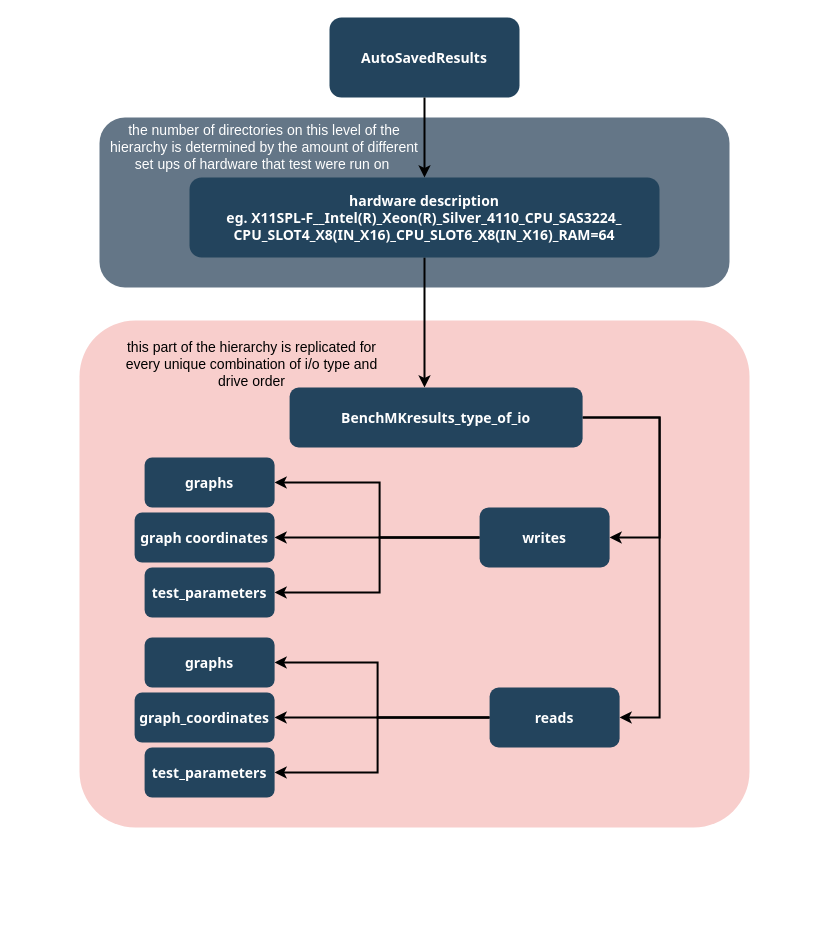
AaronXc/benchMahkin keeps this draw.io diagram as Untitled Diagram.drawio. Above is the earlier version. Source tidied: cells renumbered, new cells numbered last; positions are measured from the earlier drawing's top-left corner, leaving out a move shared by most shapes. Both pictures are drawn from the tidied source at 100%, with x=0, y=0 at pixel (79, 17).
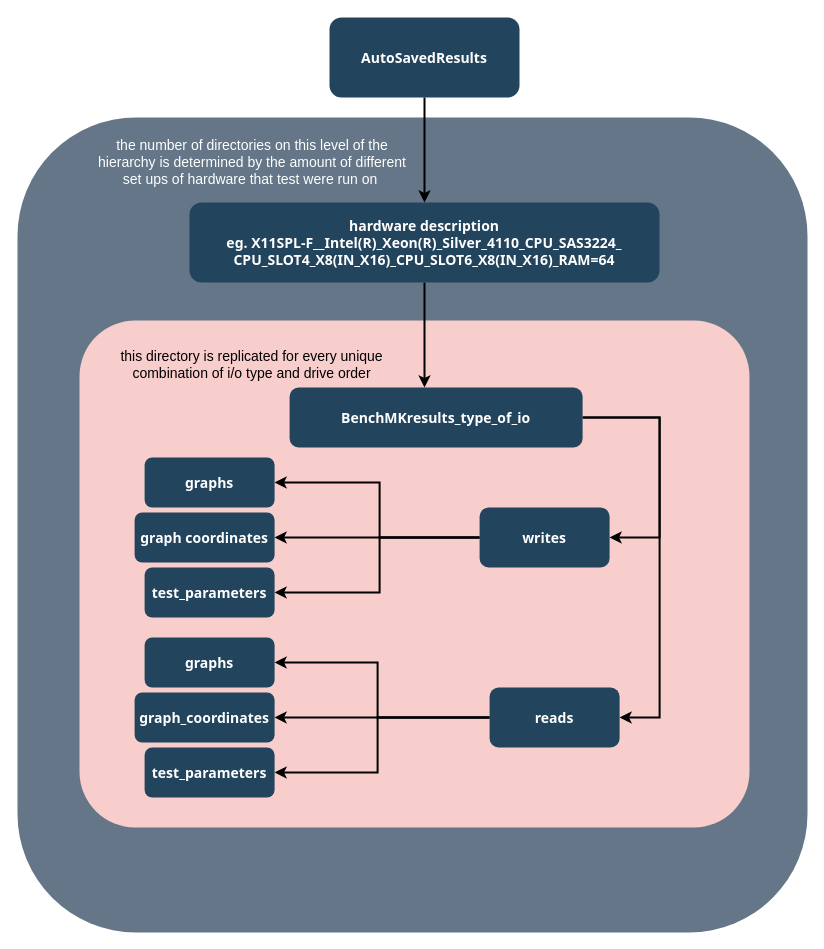
Above is the later version.

What changed in the source:
```diff
@@
     <mxCell id="2" style="rounded=1;whiteSpace=wrap;html=1;fillColor=#647687;fontColor=#ffffff;strokeColor=none;" parent="1" vertex="1">
-      <mxGeometry x="20" y="100" width="630" height="170" as="geometry" />
+      <mxGeometry x="-62" y="100" width="790" height="815" as="geometry" />
     </mxCell>
@@
     <mxCell id="6" value="hardware description&#10;eg. X11SPL-F__Intel(R)_Xeon(R)_Silver_4110_CPU_SAS3224_&#10;CPU_SLOT4_X8(IN_X16)_CPU_SLOT6_X8(IN_X16)_RAM=64" style="rounded=1;fillColor=#23445D;gradientColor=none;strokeColor=none;fontColor=#FFFFFF;fontStyle=1;fontFamily=Tahoma;fontSize=14;" parent="1" vertex="1">
-      <mxGeometry x="110" y="160" width="470" height="80" as="geometry" />
+      <mxGeometry x="110" y="185" width="470" height="80" as="geometry" />
     </mxCell>
@@
-    <mxCell id="25" value="this part of the hierarchy is replicated for every unique combination of i/o type and drive order&lt;br style=&quot;font-size: 14px;&quot;&gt;" style="text;html=1;strokeColor=none;fillColor=none;align=center;verticalAlign=middle;whiteSpace=wrap;rounded=0;fontSize=14;" parent="1" vertex="1">
+    <mxCell id="25" value="this directory is replicated for every unique combination of i/o type and drive order" style="text;html=1;strokeColor=none;fillColor=none;align=center;verticalAlign=middle;whiteSpace=wrap;rounded=0;fontSize=14;" parent="1" vertex="1">
       <mxGeometry x="30" y="310" width="285" height="73" as="geometry" />
     </mxCell>
     <mxCell id="26" value="the number of directories on this level of the hierarchy is determined by the amount of different set ups of hardware that test were run on&amp;nbsp;" style="text;html=1;strokeColor=none;fillColor=none;align=center;verticalAlign=middle;whiteSpace=wrap;rounded=0;fontSize=14;fontColor=#FFFFFF;" parent="1" vertex="1">
-      <mxGeometry x="30" y="100" width="310" height="60" as="geometry" />
+      <mxGeometry x="17.5" y="115" width="310" height="60" as="geometry" />
     </mxCell>
```
